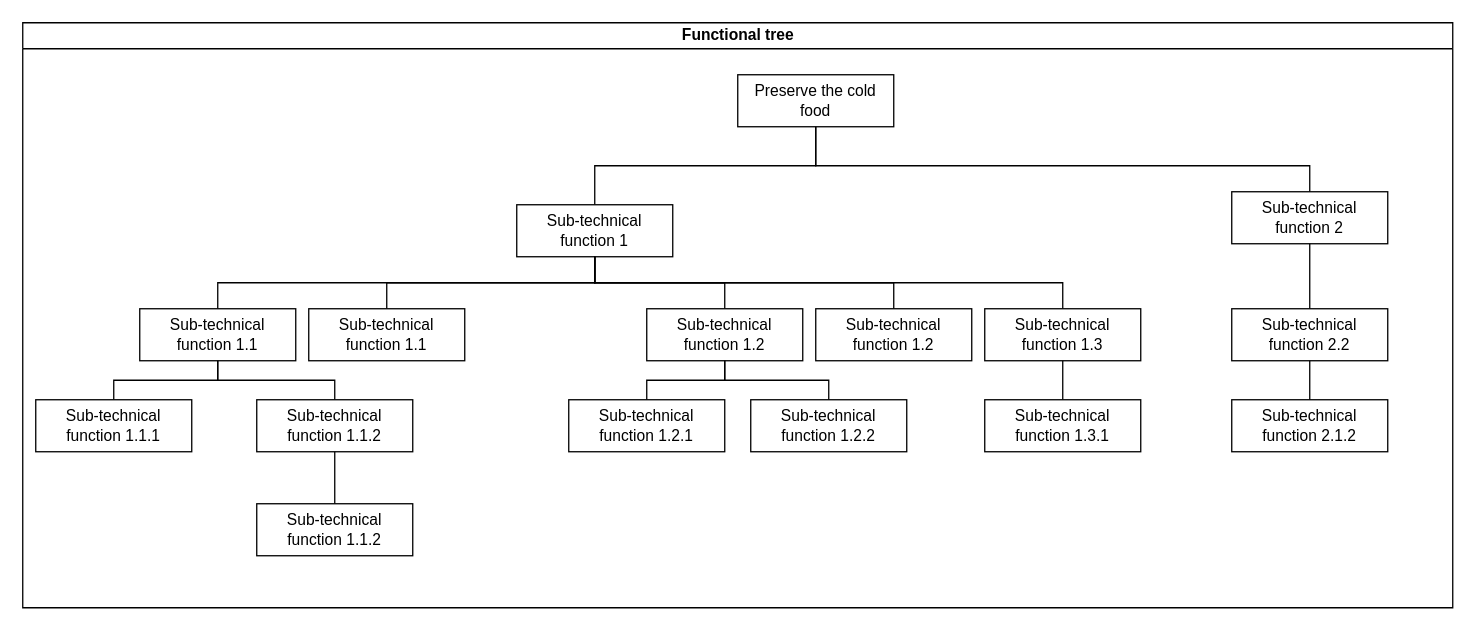
amerezoji1362/drawio-github keeps this draw.io diagram as Functional tree for template.drawio. Above is the earlier version. Source tidied: cells renumbered, new cells numbered last; positions are measured from the earlier drawing's top-left corner, leaving out a move shared by most shapes. Both pictures are drawn from the tidied source at 130%, with x=0, y=0 at pixel (22, 22).
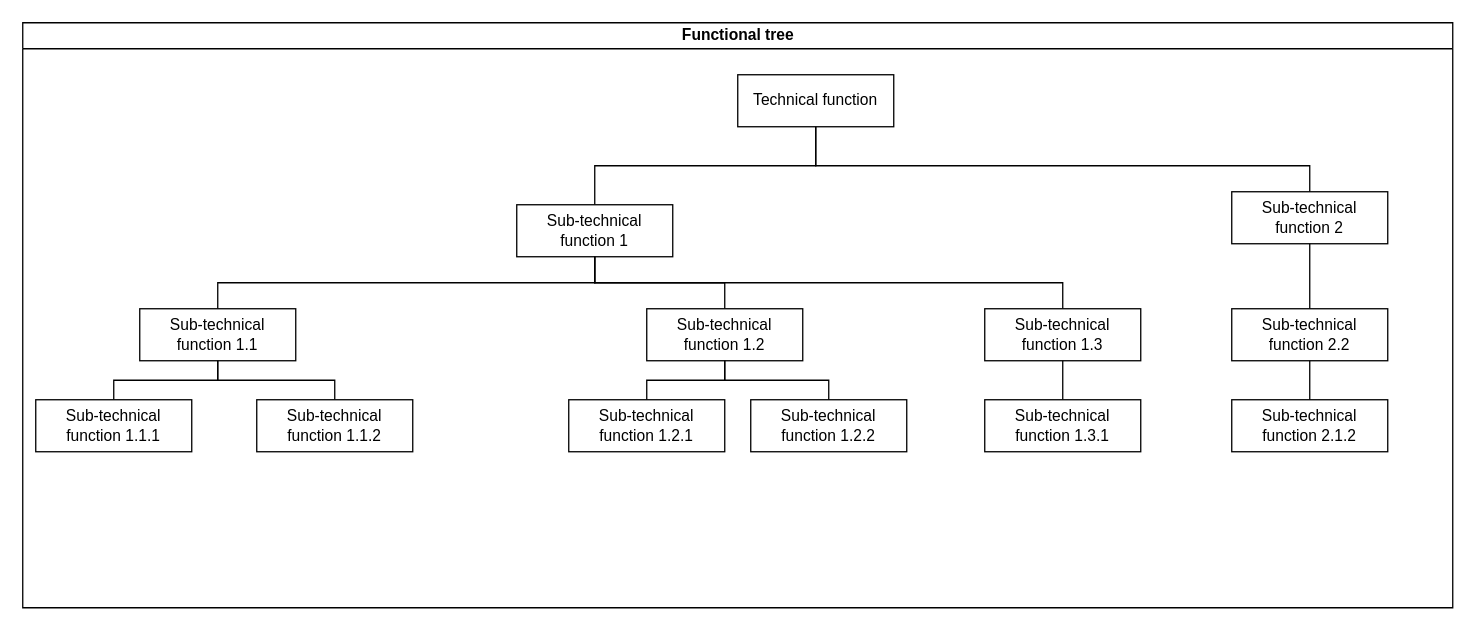
Above is the later version.

The change refers to these unchanged cells:
```xml
<mxCell id="2" value="Functional tree" style="swimlane;html=1;startSize=20;horizontal=1;containerType=tree;" parent="1" vertex="1">
  <mxGeometry width="1100" height="450" as="geometry" />
</mxCell>
<mxCell id="5" value="Sub-technical function 1" style="whiteSpace=wrap;html=1;newEdgeStyle={&quot;edgeStyle&quot;:&quot;elbowEdgeStyle&quot;,&quot;startArrow&quot;:&quot;none&quot;,&quot;endArrow&quot;:&quot;none&quot;};" parent="2" vertex="1">
  <mxGeometry x="380" y="140" width="120" height="40" as="geometry" />
</mxCell>
<mxCell id="19" value="Sub-technical function 1.1.2" style="whiteSpace=wrap;html=1;newEdgeStyle={&quot;edgeStyle&quot;:&quot;elbowEdgeStyle&quot;,&quot;startArrow&quot;:&quot;none&quot;,&quot;endArrow&quot;:&quot;none&quot;};" parent="2" vertex="1">
  <mxGeometry x="180" y="290" width="120" height="40" as="geometry" />
</mxCell>
```

What changed in the source:
```diff
@@
-    <mxCell id="4" value="Preserve the cold food" style="whiteSpace=wrap;html=1;newEdgeStyle={&quot;edgeStyle&quot;:&quot;elbowEdgeStyle&quot;,&quot;startArrow&quot;:&quot;none&quot;,&quot;endArrow&quot;:&quot;none&quot;};" parent="2" vertex="1">
+    <mxCell id="4" value="Technical function " style="whiteSpace=wrap;html=1;newEdgeStyle={&quot;edgeStyle&quot;:&quot;elbowEdgeStyle&quot;,&quot;startArrow&quot;:&quot;none&quot;,&quot;endArrow&quot;:&quot;none&quot;};" parent="2" vertex="1">
       <mxGeometry x="550" y="40" width="120" height="40" as="geometry" />
     </mxCell>
@@
-    <mxCell id="28" style="edgeStyle=elbowEdgeStyle;elbow=vertical;startArrow=none;endArrow=none;rounded=0;" parent="2" edge="1" source="5" target="29">
-      <mxGeometry relative="1" as="geometry" />
-    </mxCell>
-    <mxCell id="29" value="Sub-technical function 1.2" style="whiteSpace=wrap;html=1;newEdgeStyle={&quot;edgeStyle&quot;:&quot;elbowEdgeStyle&quot;,&quot;startArrow&quot;:&quot;none&quot;,&quot;endArrow&quot;:&quot;none&quot;};" parent="2" vertex="1">
-      <mxGeometry x="610" y="220" width="120" height="40" as="geometry" />
-    </mxCell>
-    <mxCell id="30" style="edgeStyle=elbowEdgeStyle;elbow=vertical;startArrow=none;endArrow=none;rounded=0;" parent="2" edge="1" source="5" target="31">
-      <mxGeometry relative="1" as="geometry" />
-    </mxCell>
-    <mxCell id="31" value="Sub-technical function 1.1" style="whiteSpace=wrap;html=1;newEdgeStyle={&quot;edgeStyle&quot;:&quot;elbowEdgeStyle&quot;,&quot;startArrow&quot;:&quot;none&quot;,&quot;endArrow&quot;:&quot;none&quot;};" parent="2" vertex="1">
-      <mxGeometry x="220" y="220" width="120" height="40" as="geometry" />
-    </mxCell>
-    <mxCell id="32" style="edgeStyle=elbowEdgeStyle;elbow=vertical;startArrow=none;endArrow=none;rounded=0;" parent="2" edge="1" source="19" target="33">
-      <mxGeometry relative="1" as="geometry" />
-    </mxCell>
-    <mxCell id="33" value="Sub-technical function 1.1.2" style="whiteSpace=wrap;html=1;newEdgeStyle={&quot;edgeStyle&quot;:&quot;elbowEdgeStyle&quot;,&quot;startArrow&quot;:&quot;none&quot;,&quot;endArrow&quot;:&quot;none&quot;};" parent="2" vertex="1">
-      <mxGeometry x="180" y="370" width="120" height="40" as="geometry" />
-    </mxCell>
```
